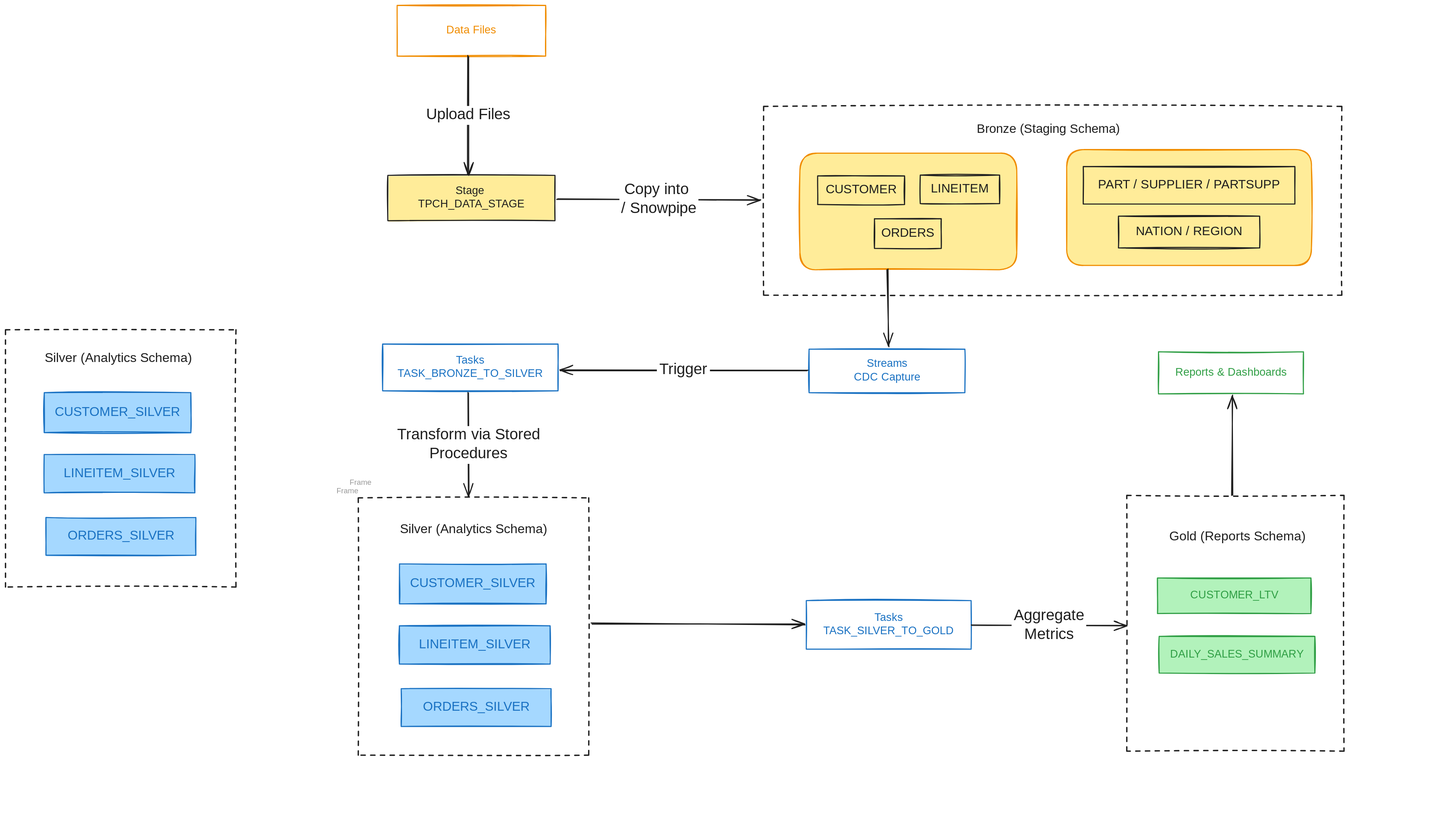
Before: dataflow.excalidraw.svg, a diagram exported from Excalidraw (thuuyen109/snowflake-tpch-analytics). Source tidied: one line per element, renumbered; positions are measured from the earlier drawing's top-left corner, leaving out a move shared by most shapes.
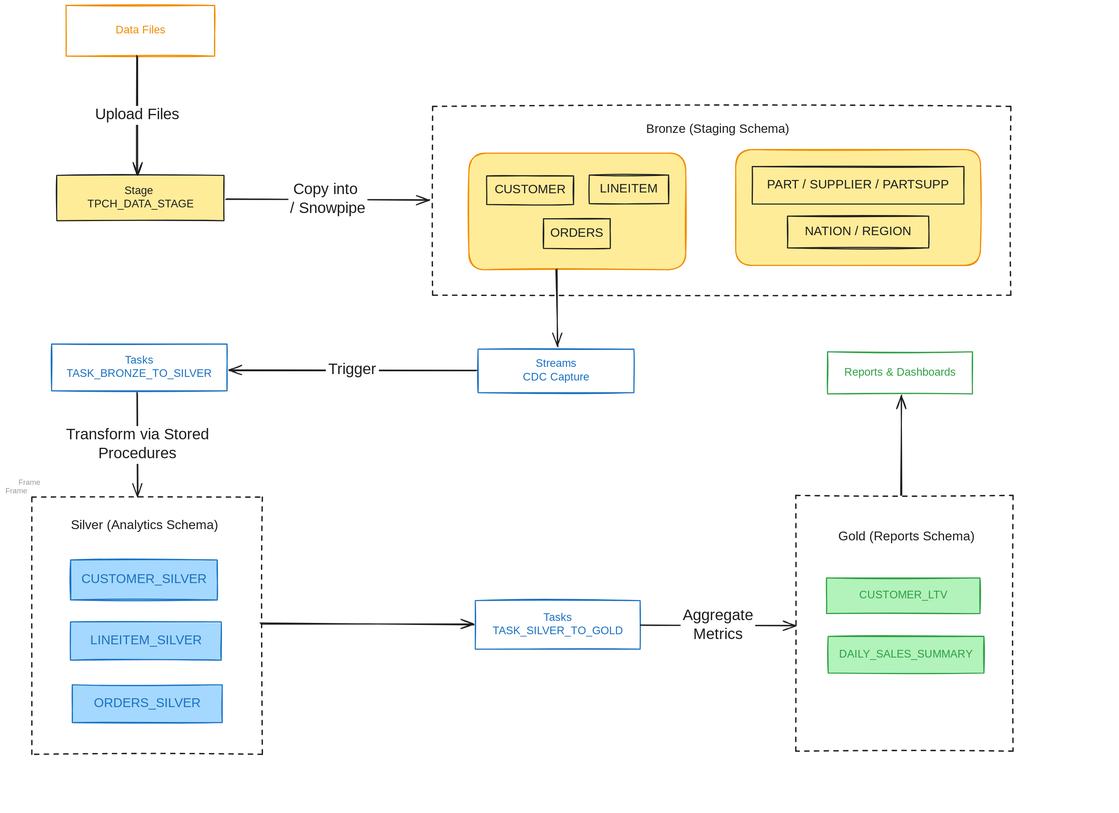
After the change.

The edit, as a diff of the source:
```diff
@@ -22,14 +22,6 @@
 {"id": 21, "type": "text", "text": "CUSTOMER", "strokeColor": "#1e1e1e", "strokeWidth": 2, "roughness": 1, "fontSize": 23.16, "fontFamily": 5, "textAlign": "center", "verticalAlign": "middle", "inside": 20, "x": 1518, "y": 328, "width": 135, "height": 29}
 {"id": 22, "type": "text", "text": "Streams\nCDC Capture", "strokeColor": "#1971c2", "strokeWidth": 2, "roughness": 1, "fontSize": 20, "fontFamily": 5, "textAlign": "center", "verticalAlign": "middle", "inside": 2, "x": 1571, "y": 652, "width": 124, "height": 50}
 {"id": 23, "type": "text", "text": "Tasks\nTASK_BRONZE_TO_SILVER", "strokeColor": "#1971c2", "strokeWidth": 2, "roughness": 1, "fontSize": 20, "fontFamily": 5, "textAlign": "center", "verticalAlign": "middle", "inside": 3, "x": 717, "y": 646, "width": 288, "height": 50}
-{"id": 24, "type": "rectangle", "strokeColor": "#1e1e1e", "strokeWidth": 2, "strokeStyle": "dashed", "roughness": 1, "x": 653, "y": 912, "width": 427, "height": 477}
-{"id": 25, "type": "rectangle", "strokeColor": "#1971c2", "backgroundColor": "#a5d8ff", "fillStyle": "solid", "strokeWidth": 2, "roughness": 1, "x": 733, "y": 1266, "width": 278, "height": 70}
-{"id": 26, "type": "rectangle", "strokeColor": "#1971c2", "backgroundColor": "#a5d8ff", "fillStyle": "solid", "strokeWidth": 2, "roughness": 1, "x": 730, "y": 1035, "width": 272, "height": 74}
-{"id": 27, "type": "rectangle", "strokeColor": "#1971c2", "backgroundColor": "#a5d8ff", "fillStyle": "solid", "strokeWidth": 2, "roughness": 1, "x": 730, "y": 1149, "width": 279, "height": 71}
-{"id": 28, "type": "text", "text": "Silver (Analytics Schema)", "strokeColor": "#1e1e1e", "strokeWidth": 2, "roughness": 1, "fontSize": 23.64, "fontFamily": 5, "textAlign": "center", "x": 724, "y": 957, "width": 285, "height": 30}
-{"id": 29, "type": "text", "text": "ORDERS_SILVER", "strokeColor": "#1971c2", "strokeWidth": 2, "roughness": 1, "fontSize": 23.64, "fontFamily": 5, "textAlign": "center", "verticalAlign": "middle", "inside": 25, "x": 768, "y": 1286, "width": 207, "height": 30}
-{"id": 30, "type": "text", "text": "CUSTOMER_SILVER", "strokeColor": "#1971c2", "strokeWidth": 2, "roughness": 1, "fontSize": 23.64, "fontFamily": 5, "textAlign": "center", "verticalAlign": "middle", "inside": 26, "x": 745, "y": 1057, "width": 242, "height": 30}
-{"id": 31, "type": "text", "text": "LINEITEM_SILVER", "strokeColor": "#1971c2", "strokeWidth": 2, "roughness": 1, "fontSize": 23.64, "fontFamily": 5, "textAlign": "center", "verticalAlign": "middle", "inside": 27, "x": 754, "y": 1170, "width": 230, "height": 30}
 {"id": 32, "type": "text", "text": "Tasks\nTASK_SILVER_TO_GOLD", "strokeColor": "#1971c2", "strokeWidth": 2, "roughness": 1, "fontSize": 20, "fontFamily": 5, "textAlign": "center", "verticalAlign": "middle", "inside": 4, "x": 1507, "y": 1123, "width": 257, "height": 50}
 {"id": 33, "type": "text", "text": "Reports & Dashboards", "strokeColor": "#2f9e44", "strokeWidth": 2, "roughness": 1, "fontSize": 20, "fontFamily": 5, "textAlign": "center", "verticalAlign": "middle", "inside": 5, "x": 2158, "y": 668, "width": 224, "height": 25}
 {"id": 34, "type": "arrow", "strokeColor": "#1e1e1e", "strokeWidth": 2, "roughness": 1, "endArrowhead": "arrow", "round": true, "from": 0, "to": 1, "x": 857, "y": 94, "width": 1, "height": 220, "points": [[0, 0], [-1, 220]]}
@@ -39,9 +31,9 @@
 {"id": 38, "type": "arrow", "strokeColor": "#1e1e1e", "backgroundColor": "#a5d8ff", "fillStyle": "solid", "strokeWidth": 2, "roughness": 1, "endArrowhead": "arrow", "round": true, "from": 9, "to": 2, "x": 1633, "y": 490, "width": 4, "height": 142, "points": [[0, 0], [4, 142]]}
 {"id": 39, "type": "arrow", "strokeColor": "#1e1e1e", "strokeWidth": 2, "roughness": 1, "endArrowhead": "arrow", "round": true, "from": 2, "to": 3, "x": 1485, "y": 676, "width": 458, "height": 1, "points": [[0, 0], [-458, -1]]}
 {"id": 40, "type": "text", "text": "Trigger", "strokeColor": "#1e1e1e", "strokeWidth": 2, "strokeStyle": "dashed", "roughness": 1, "fontSize": 28, "fontFamily": 5, "textAlign": "center", "verticalAlign": "middle", "inside": 39, "x": 1107, "y": 659, "width": 98, "height": 35}
-{"id": 41, "type": "arrow", "strokeColor": "#1e1e1e", "strokeWidth": 2, "roughness": 1, "endArrowhead": "arrow", "round": true, "from": 3, "to": 24, "x": 857, "y": 718, "width": 2, "height": 192, "points": [[0, 0], [2, 192]]}
+{"id": 41, "type": "arrow", "strokeColor": "#1e1e1e", "strokeWidth": 2, "roughness": 1, "endArrowhead": "arrow", "round": true, "from": 3, "x": 857, "y": 718, "width": 2, "height": 192, "points": [[0, 0], [2, 192]]}
 {"id": 42, "type": "text", "text": "Transform via Stored\nProcedures", "strokeColor": "#1e1e1e", "backgroundColor": "#b2f2bb", "fillStyle": "solid", "strokeWidth": 2, "roughness": 1, "fontSize": 28, "fontFamily": 5, "textAlign": "center", "verticalAlign": "middle", "inside": 41, "x": 612, "y": 779, "width": 292, "height": 70}
-{"id": 43, "type": "arrow", "strokeColor": "#1e1e1e", "strokeWidth": 2, "roughness": 1, "endArrowhead": "arrow", "round": true, "from": 24, "to": 4, "x": 1086, "y": 1145, "width": 395, "height": 2, "points": [[0, 0], [395, 2]]}
+{"id": 43, "type": "arrow", "strokeColor": "#1e1e1e", "strokeWidth": 2, "roughness": 1, "endArrowhead": "arrow", "round": true, "to": 4, "x": 1086, "y": 1145, "width": 395, "height": 2, "points": [[0, 0], [395, 2]]}
 {"id": 44, "type": "rectangle", "strokeColor": "#1e1e1e", "strokeWidth": 2, "strokeStyle": "dashed", "roughness": 1, "x": 2077, "y": 908, "width": 402, "height": 474}
 {"id": 45, "type": "rectangle", "strokeColor": "#2f9e44", "backgroundColor": "#b2f2bb", "fillStyle": "solid", "strokeWidth": 2, "roughness": 1, "x": 2134, "y": 1061, "width": 284, "height": 66}
 {"id": 46, "type": "rectangle", "strokeColor": "#2f9e44", "backgroundColor": "#b2f2bb", "fillStyle": "solid", "strokeWidth": 2, "roughness": 1, "x": 2137, "y": 1169, "width": 288, "height": 68}
@@ -51,11 +43,11 @@
 {"id": 50, "type": "arrow", "strokeColor": "#1e1e1e", "backgroundColor": "#b2f2bb", "fillStyle": "solid", "strokeWidth": 2, "roughness": 1, "endArrowhead": "arrow", "round": true, "from": 4, "to": 44, "x": 1790, "y": 1148, "width": 286, "height": 2, "points": [[0, 0], [286, 2]]}
 {"id": 51, "type": "text", "text": "Aggregate\nMetrics", "strokeColor": "#1e1e1e", "backgroundColor": "#b2f2bb", "fillStyle": "solid", "strokeWidth": 2, "roughness": 1, "fontSize": 28, "fontFamily": 5, "textAlign": "center", "verticalAlign": "middle", "inside": 50, "x": 1764, "y": 1114, "width": 138, "height": 70}
 {"id": 52, "type": "arrow", "strokeColor": "#1e1e1e", "angle": 0.04, "backgroundColor": "#b2f2bb", "fillStyle": "solid", "strokeWidth": 2, "roughness": 1, "endArrowhead": "arrow", "round": true, "from": 44, "to": 5, "x": 2276, "y": 907, "width": 7, "height": 185, "points": [[0, 0], [-7, -185]]}
-{"id": 53, "type": "rectangle", "strokeColor": "#1971c2", "backgroundColor": "#a5d8ff", "fillStyle": "solid", "strokeWidth": 2, "roughness": 1, "x": 75, "y": 949, "width": 278, "height": 70}
+{"id": 53, "type": "rectangle", "strokeColor": "#1971c2", "backgroundColor": "#a5d8ff", "fillStyle": "solid", "strokeWidth": 2, "roughness": 1, "x": 737, "y": 1259, "width": 278, "height": 70}
-{"id": 54, "type": "rectangle", "strokeColor": "#1971c2", "backgroundColor": "#a5d8ff", "fillStyle": "solid", "strokeWidth": 2, "roughness": 1, "x": 72, "y": 718, "width": 272, "height": 74}
+{"id": 54, "type": "rectangle", "strokeColor": "#1971c2", "backgroundColor": "#a5d8ff", "fillStyle": "solid", "strokeWidth": 2, "roughness": 1, "x": 734, "y": 1028, "width": 272, "height": 74}
-{"id": 55, "type": "rectangle", "strokeColor": "#1971c2", "backgroundColor": "#a5d8ff", "fillStyle": "solid", "strokeWidth": 2, "roughness": 1, "x": 72, "y": 832, "width": 279, "height": 71}
+{"id": 55, "type": "rectangle", "strokeColor": "#1971c2", "backgroundColor": "#a5d8ff", "fillStyle": "solid", "strokeWidth": 2, "roughness": 1, "x": 734, "y": 1142, "width": 279, "height": 71}
-{"id": 56, "type": "text", "text": "Silver (Analytics Schema)", "strokeColor": "#1e1e1e", "strokeWidth": 2, "roughness": 1, "fontSize": 23.64, "fontFamily": 5, "textAlign": "center", "x": 66, "y": 640, "width": 285, "height": 30}
+{"id": 56, "type": "text", "text": "Silver (Analytics Schema)", "strokeColor": "#1e1e1e", "strokeWidth": 2, "roughness": 1, "fontSize": 23.64, "fontFamily": 5, "textAlign": "center", "x": 728, "y": 950, "width": 285, "height": 30}
-{"id": 57, "type": "text", "text": "ORDERS_SILVER", "strokeColor": "#1971c2", "strokeWidth": 2, "roughness": 1, "fontSize": 23.64, "fontFamily": 5, "textAlign": "center", "verticalAlign": "middle", "inside": 53, "x": 110, "y": 969, "width": 207, "height": 30}
+{"id": 57, "type": "text", "text": "ORDERS_SILVER", "strokeColor": "#1971c2", "strokeWidth": 2, "roughness": 1, "fontSize": 23.64, "fontFamily": 5, "textAlign": "center", "verticalAlign": "middle", "inside": 53, "x": 772, "y": 1279, "width": 207, "height": 30}
-{"id": 58, "type": "text", "text": "CUSTOMER_SILVER", "strokeColor": "#1971c2", "strokeWidth": 2, "roughness": 1, "fontSize": 23.64, "fontFamily": 5, "textAlign": "center", "verticalAlign": "middle", "inside": 54, "x": 87, "y": 740, "width": 242, "height": 30}
+{"id": 58, "type": "text", "text": "CUSTOMER_SILVER", "strokeColor": "#1971c2", "strokeWidth": 2, "roughness": 1, "fontSize": 23.64, "fontFamily": 5, "textAlign": "center", "verticalAlign": "middle", "inside": 54, "x": 749, "y": 1050, "width": 242, "height": 30}
-{"id": 59, "type": "text", "text": "LINEITEM_SILVER", "strokeColor": "#1971c2", "strokeWidth": 2, "roughness": 1, "fontSize": 23.64, "fontFamily": 5, "textAlign": "center", "verticalAlign": "middle", "inside": 55, "x": 96, "y": 853, "width": 230, "height": 30}
+{"id": 59, "type": "text", "text": "LINEITEM_SILVER", "strokeColor": "#1971c2", "strokeWidth": 2, "roughness": 1, "fontSize": 23.64, "fontFamily": 5, "textAlign": "center", "verticalAlign": "middle", "inside": 55, "x": 758, "y": 1163, "width": 230, "height": 30}
-{"id": 60, "type": "rectangle", "strokeColor": "#1e1e1e", "strokeWidth": 2, "strokeStyle": "dashed", "roughness": 1, "x": 0, "y": 601, "width": 427, "height": 477}
+{"id": 60, "type": "rectangle", "strokeColor": "#1e1e1e", "strokeWidth": 2, "strokeStyle": "dashed", "roughness": 1, "x": 662, "y": 911, "width": 427, "height": 477}
```
